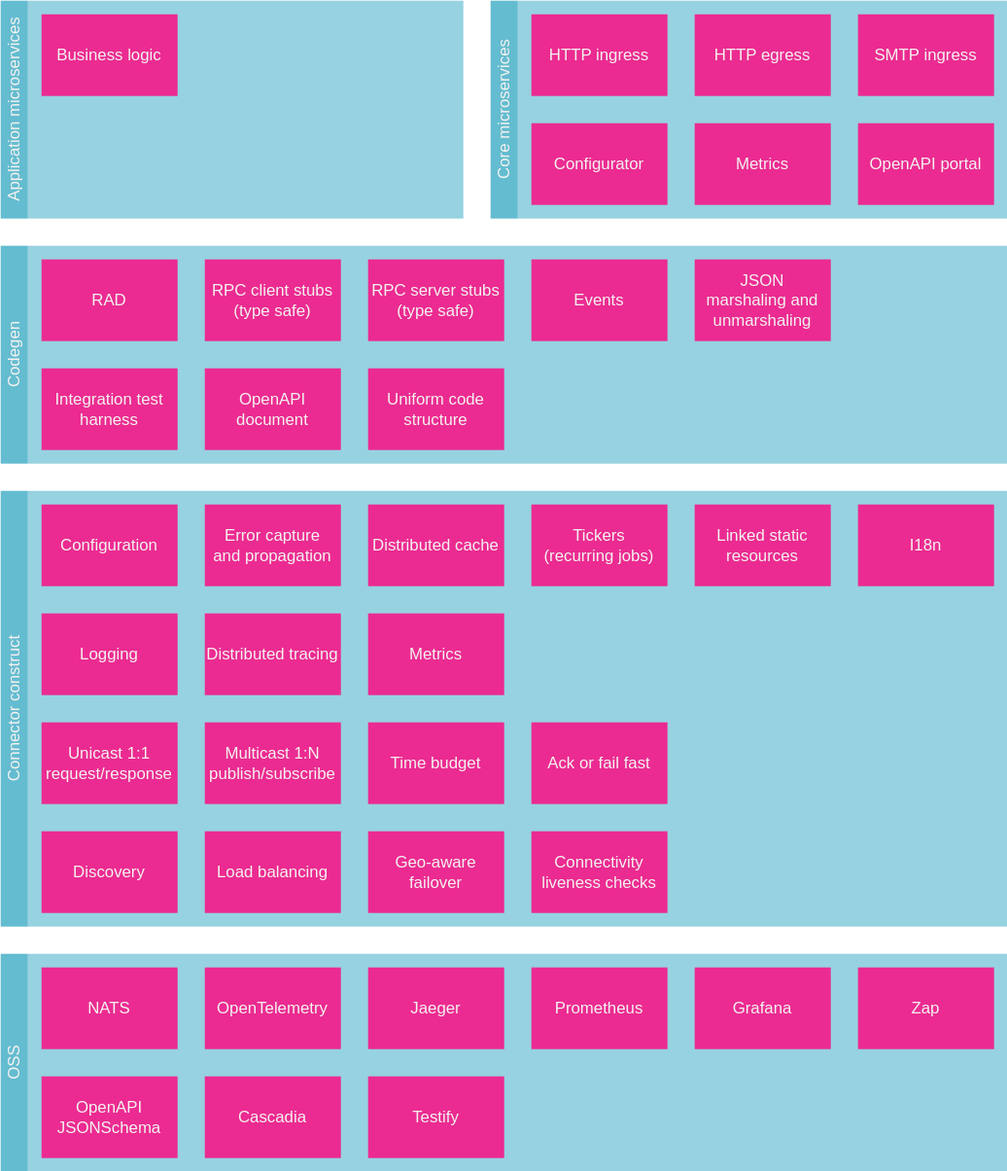
Before: docs/blocks/layers-1.drawio.svg, a diagram exported from draw.io (microbus-io/fabric). Source tidied: cells renumbered, new cells last; positions are measured from the earlier drawing's top-left corner, leaving out a move shared by most shapes.
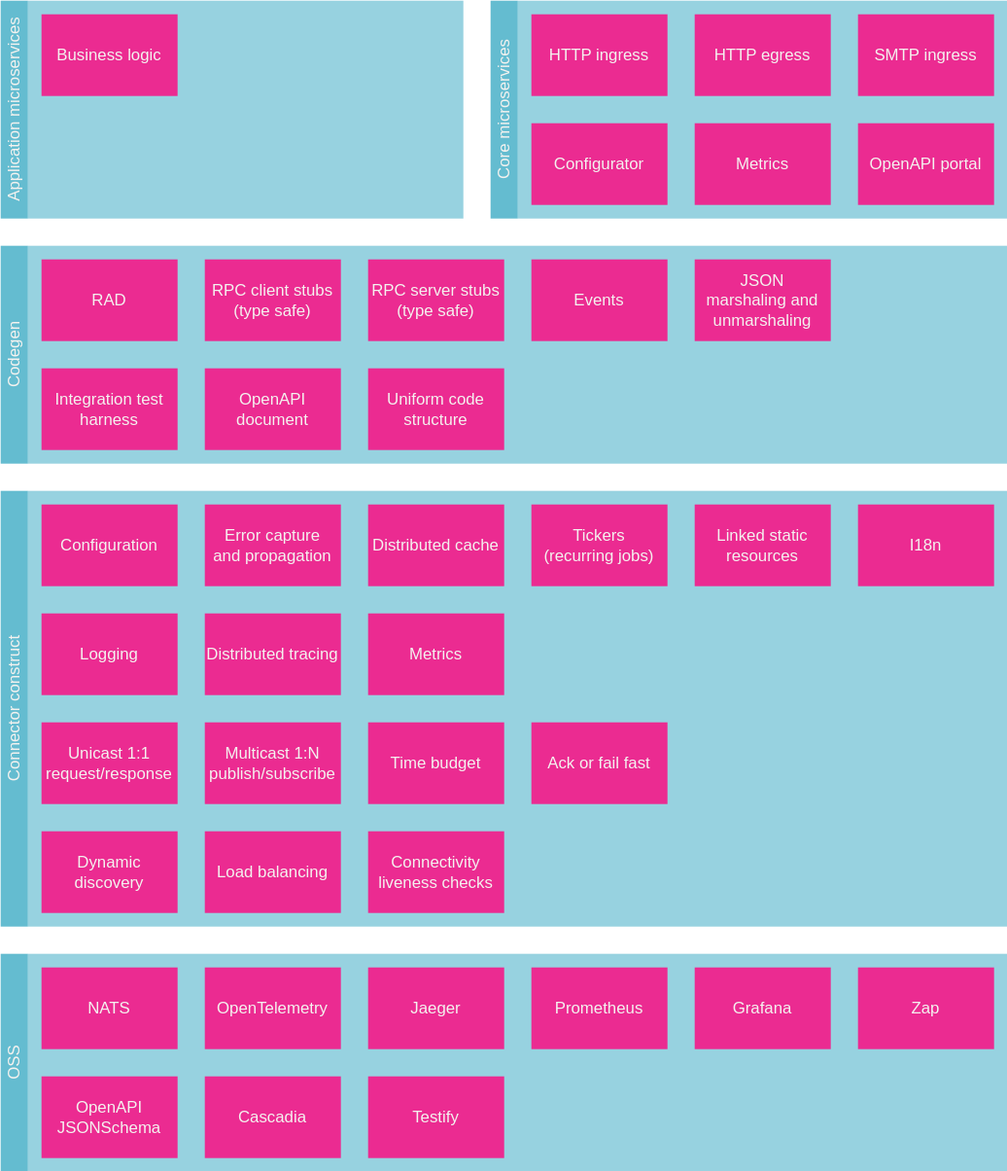
After the commit.

What changed in the source:
```diff
@@ -93,17 +93,14 @@
       <mxGeometry x="510" y="710" width="100" height="60" as="geometry" />
     </mxCell>
     <mxCell id="32" value="Connectivity liveness checks" style="rounded=0;whiteSpace=wrap;html=1;fillColor=#eb2b91;strokeColor=none;fontColor=#F4F2EF;align=center;verticalAlign=middle;fontFamily=Helvetica;fontSize=12;" parent="1" vertex="1">
-      <mxGeometry x="390" y="610" width="100" height="60" as="geometry" />
+      <mxGeometry x="270" y="610" width="100" height="60" as="geometry" />
     </mxCell>
-    <mxCell id="33" value="Discovery" style="rounded=0;whiteSpace=wrap;html=1;fillColor=#eb2b91;strokeColor=none;fontColor=#F4F2EF;align=center;verticalAlign=middle;fontFamily=Helvetica;fontSize=12;" parent="1" vertex="1">
+    <mxCell id="33" value="Dynamic discovery" style="rounded=0;whiteSpace=wrap;html=1;fillColor=#eb2b91;strokeColor=none;fontColor=#F4F2EF;align=center;verticalAlign=middle;fontFamily=Helvetica;fontSize=12;" parent="1" vertex="1">
       <mxGeometry x="30" y="610" width="100" height="60" as="geometry" />
     </mxCell>
     <mxCell id="34" value="Load balancing" style="rounded=0;whiteSpace=wrap;html=1;fillColor=#eb2b91;strokeColor=none;fontColor=#F4F2EF;align=center;verticalAlign=middle;fontFamily=Helvetica;fontSize=12;" parent="1" vertex="1">
       <mxGeometry x="150" y="610" width="100" height="60" as="geometry" />
     </mxCell>
-    <mxCell id="35" value="Geo-aware failover" style="rounded=0;whiteSpace=wrap;html=1;fillColor=#eb2b91;strokeColor=none;fontColor=#F4F2EF;align=center;verticalAlign=middle;fontFamily=Helvetica;fontSize=12;" parent="1" vertex="1">
-      <mxGeometry x="270" y="610" width="100" height="60" as="geometry" />
-    </mxCell>
     <mxCell id="36" value="RAD" style="rounded=0;whiteSpace=wrap;html=1;fillColor=#eb2b91;strokeColor=none;fontColor=#F4F2EF;" parent="1" vertex="1">
       <mxGeometry x="30" y="190" width="100" height="60" as="geometry" />
     </mxCell>
```
